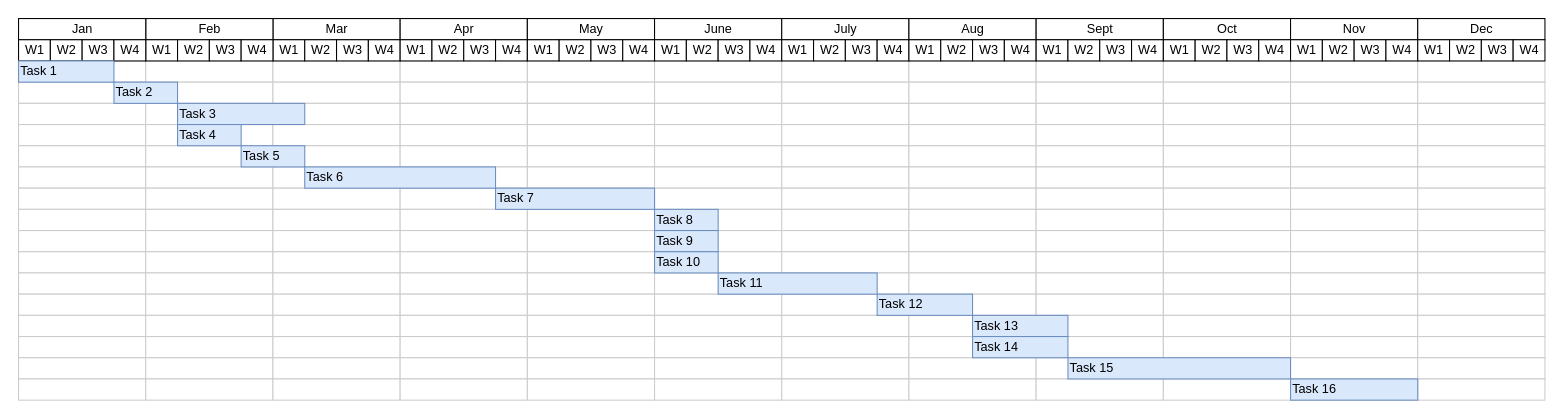
Above: Table.drawio in AEduardovich/Diagrams.drawio (draw.io), before the change. Source tidied: cells renumbered, new cells numbered last; positions are measured from the earlier drawing's top-left corner, leaving out a move shared by most shapes. Both pictures are drawn from the tidied source at 106%, with x=0, y=0 at pixel (18, 18).
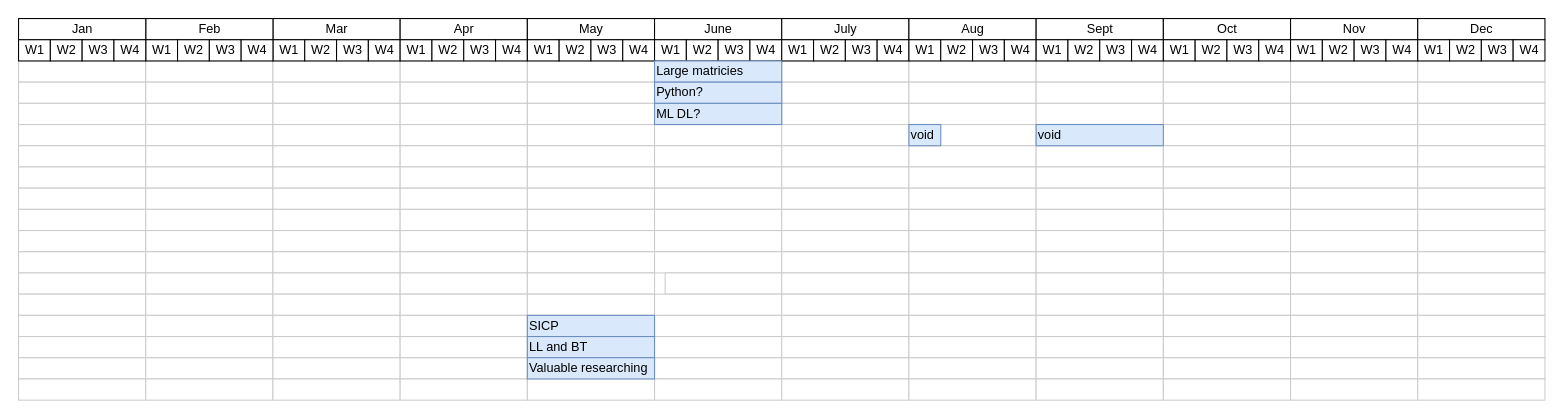
The same diagram, later.

What changed in the source:
```diff
@@
     <mxCell id="104" style="align=left;strokeColor=#CCCCCC;html=1;" parent="1" vertex="1">
-      <mxGeometry x="600" y="240" width="120" height="20" as="geometry" />
+      <mxGeometry x="610" y="240" width="110" height="20" as="geometry" />
     </mxCell>
@@
-    <mxCell id="254" value="Task 1" style="align=left;strokeColor=#6c8ebf;html=1;fillColor=#dae8fc;" parent="1" vertex="1">
-      <mxGeometry y="40" width="90" height="20" as="geometry" />
-    </mxCell>
-    <mxCell id="255" value="Task 2" style="align=left;strokeColor=#6c8ebf;html=1;fillColor=#dae8fc;" parent="1" vertex="1">
-      <mxGeometry x="90" y="60" width="60" height="20" as="geometry" />
-    </mxCell>
-    <mxCell id="256" value="Task 3" style="align=left;strokeColor=#6c8ebf;html=1;fillColor=#dae8fc;" parent="1" vertex="1">
-      <mxGeometry x="150" y="80" width="120" height="20" as="geometry" />
-    </mxCell>
-    <mxCell id="257" value="Task 4" style="align=left;strokeColor=#6c8ebf;html=1;fillColor=#dae8fc;" parent="1" vertex="1">
-      <mxGeometry x="150" y="100" width="60" height="20" as="geometry" />
-    </mxCell>
-    <mxCell id="258" value="Task 5" style="align=left;strokeColor=#6c8ebf;html=1;fillColor=#dae8fc;" parent="1" vertex="1">
-      <mxGeometry x="210" y="120" width="60" height="20" as="geometry" />
-    </mxCell>
-    <mxCell id="259" value="Task 6" style="align=left;strokeColor=#6c8ebf;html=1;fillColor=#dae8fc;" parent="1" vertex="1">
-      <mxGeometry x="270" y="140" width="180" height="20" as="geometry" />
-    </mxCell>
-    <mxCell id="260" value="Task 7" style="align=left;strokeColor=#6c8ebf;html=1;fillColor=#dae8fc;" parent="1" vertex="1">
-      <mxGeometry x="450" y="160" width="150" height="20" as="geometry" />
+    <mxCell id="260" value="SICP&amp;nbsp;" style="align=left;strokeColor=#6c8ebf;html=1;fillColor=#dae8fc;" parent="1" vertex="1">
+      <mxGeometry x="480" y="280" width="120" height="20" as="geometry" />
     </mxCell>
-    <mxCell id="261" value="Task 8" style="align=left;strokeColor=#6c8ebf;html=1;fillColor=#dae8fc;" parent="1" vertex="1">
-      <mxGeometry x="600" y="180" width="60" height="20" as="geometry" />
+    <mxCell id="261" value="LL and BT" style="align=left;strokeColor=#6c8ebf;html=1;fillColor=#dae8fc;" parent="1" vertex="1">
+      <mxGeometry x="480" y="300" width="120" height="20" as="geometry" />
     </mxCell>
-    <mxCell id="262" value="Task 9" style="align=left;strokeColor=#6c8ebf;html=1;fillColor=#dae8fc;" parent="1" vertex="1">
-      <mxGeometry x="600" y="200" width="60" height="20" as="geometry" />
+    <mxCell id="262" value="Valuable researching" style="align=left;strokeColor=#6c8ebf;html=1;fillColor=#dae8fc;" parent="1" vertex="1">
+      <mxGeometry x="480" y="320" width="120" height="20" as="geometry" />
     </mxCell>
-    <mxCell id="263" value="Task 10" style="align=left;strokeColor=#6c8ebf;html=1;fillColor=#dae8fc;" parent="1" vertex="1">
-      <mxGeometry x="600" y="220" width="60" height="20" as="geometry" />
+    <mxCell id="263" value="Large matricies" style="align=left;strokeColor=#6c8ebf;html=1;fillColor=#dae8fc;" parent="1" vertex="1">
+      <mxGeometry x="600" y="40" width="120" height="20" as="geometry" />
     </mxCell>
-    <mxCell id="264" value="Task 11" style="align=left;strokeColor=#6c8ebf;html=1;fillColor=#dae8fc;" parent="1" vertex="1">
-      <mxGeometry x="660" y="240" width="150" height="20" as="geometry" />
+    <mxCell id="264" value="Python?" style="align=left;strokeColor=#6c8ebf;html=1;fillColor=#dae8fc;" parent="1" vertex="1">
+      <mxGeometry x="600" y="60" width="120" height="20" as="geometry" />
     </mxCell>
-    <mxCell id="265" value="Task 12" style="align=left;strokeColor=#6c8ebf;html=1;fillColor=#dae8fc;" parent="1" vertex="1">
-      <mxGeometry x="810" y="260" width="90" height="20" as="geometry" />
+    <mxCell id="265" value="ML DL?" style="align=left;strokeColor=#6c8ebf;html=1;fillColor=#dae8fc;" parent="1" vertex="1">
+      <mxGeometry x="600" y="80" width="120" height="20" as="geometry" />
     </mxCell>
-    <mxCell id="266" value="Task 13" style="align=left;strokeColor=#6c8ebf;html=1;fillColor=#dae8fc;" parent="1" vertex="1">
-      <mxGeometry x="900" y="280" width="90" height="20" as="geometry" />
-    </mxCell>
-    <mxCell id="267" value="Task 14" style="align=left;strokeColor=#6c8ebf;html=1;fillColor=#dae8fc;" parent="1" vertex="1">
-      <mxGeometry x="900" y="300" width="90" height="20" as="geometry" />
-    </mxCell>
-    <mxCell id="268" value="Task 15" style="align=left;strokeColor=#6c8ebf;html=1;fillColor=#dae8fc;" parent="1" vertex="1">
-      <mxGeometry x="990" y="320" width="210" height="20" as="geometry" />
+    <mxCell id="268" value="void" style="align=left;strokeColor=#6c8ebf;html=1;fillColor=#dae8fc;" parent="1" vertex="1">
+      <mxGeometry x="840" y="100" width="30" height="20" as="geometry" />
     </mxCell>
-    <mxCell id="269" value="Task 16" style="align=left;strokeColor=#6c8ebf;html=1;fillColor=#dae8fc;" parent="1" vertex="1">
-      <mxGeometry x="1200" y="340" width="120" height="20" as="geometry" />
+    <mxCell id="269" value="void" style="align=left;strokeColor=#6c8ebf;html=1;fillColor=#dae8fc;" parent="1" vertex="1">
+      <mxGeometry x="960" y="100" width="120" height="20" as="geometry" />
     </mxCell>
```
